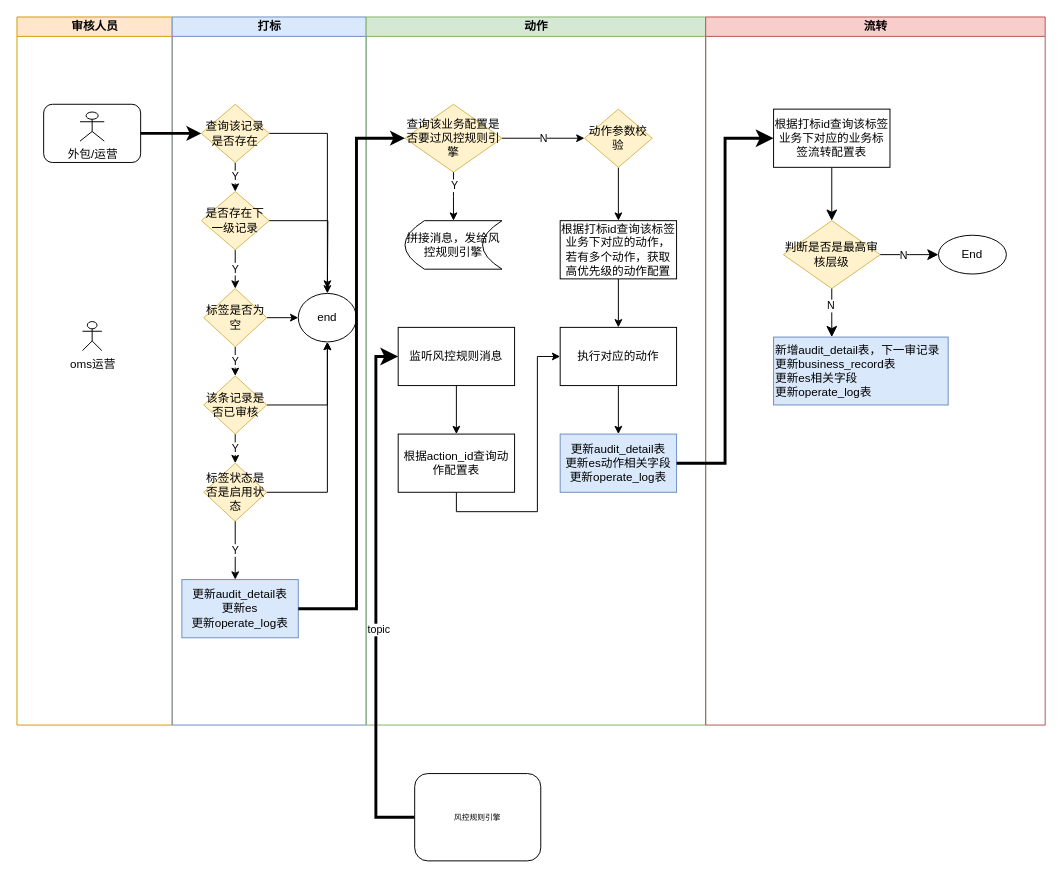
Before: 架构设计/外包审核流程图.drawio in haiyunzhu/javaKnowledge, a draw.io diagram. Source tidied: cells renumbered, new cells numbered last; positions are measured from the earlier drawing's top-left corner, leaving out a move shared by most shapes. Both pictures are drawn from the tidied source at 97%, with x=0, y=0 at pixel (16, 16).
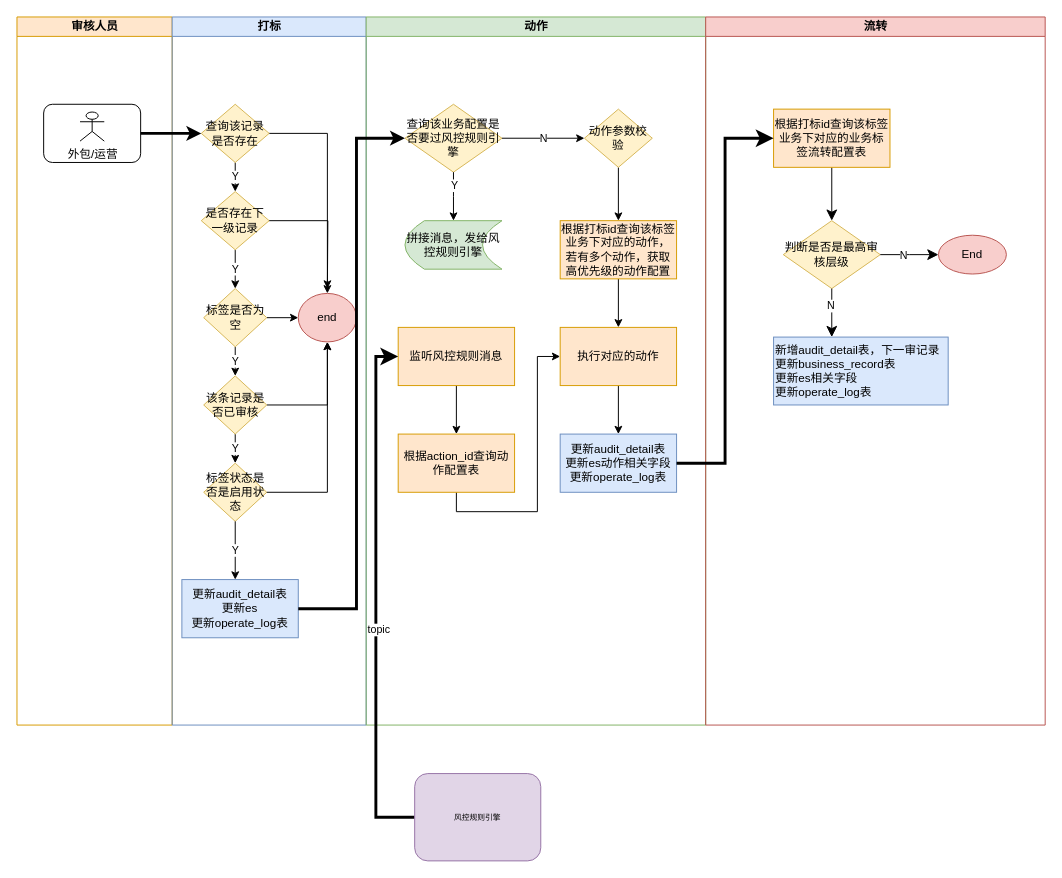
Above is the later version.

Commit message:
更新外包审核流程图.drawio

The change refers to these unchanged cells:
```xml
<mxCell id="2" value="审核人员" style="swimlane;html=1;startSize=20;fillColor=#ffe6cc;strokeColor=#d79b00;" parent="1" vertex="1">
  <mxGeometry width="160" height="730" as="geometry" />
</mxCell>
<mxCell id="6" value="打标" style="swimlane;html=1;startSize=20;fillColor=#dae8fc;strokeColor=#6c8ebf;" parent="1" vertex="1">
  <mxGeometry x="160" width="200" height="730" as="geometry" />
</mxCell>
<mxCell id="22" value="动作" style="swimlane;html=1;startSize=20;fillColor=#d5e8d4;strokeColor=#82b366;" parent="1" vertex="1">
  <mxGeometry x="360" width="350" height="730" as="geometry" />
</mxCell>
<mxCell id="46" value="流转" style="swimlane;html=1;startSize=20;fillColor=#f8cecc;strokeColor=#b85450;" parent="1" vertex="1">
  <mxGeometry x="710" width="350" height="730" as="geometry" />
</mxCell>
```

Change to the diagram source:
```diff
@@
-    <mxCell id="5" value="oms运营" style="shape=umlActor;verticalLabelPosition=bottom;verticalAlign=top;html=1;" parent="2" vertex="1">
-      <mxGeometry x="67.5" y="314" width="20" height="30" as="geometry" />
-    </mxCell>
@@
-    <mxCell id="19" value="end" style="ellipse;whiteSpace=wrap;html=1;" parent="6" vertex="1">
+    <mxCell id="19" value="end" style="ellipse;whiteSpace=wrap;html=1;fillColor=#f8cecc;strokeColor=#b85450;" parent="6" vertex="1">
       <mxGeometry x="130" y="285" width="60" height="50" as="geometry" />
     </mxCell>
@@
-    <mxCell id="26" value="根据打标id查询该标签业务下对应的动作，若有多个动作，获取高优先级的动作配置" style="rounded=0;whiteSpace=wrap;html=1;" parent="22" vertex="1">
+    <mxCell id="26" value="根据打标id查询该标签业务下对应的动作，若有多个动作，获取高优先级的动作配置" style="rounded=0;whiteSpace=wrap;html=1;fillColor=#ffe6cc;strokeColor=#d79b00;" parent="22" vertex="1">
       <mxGeometry x="200" y="210" width="120" height="60" as="geometry" />
     </mxCell>
@@
-    <mxCell id="30" value="监听风控规则消息" style="rounded=0;whiteSpace=wrap;html=1;" parent="22" vertex="1">
+    <mxCell id="30" value="监听风控规则消息" style="rounded=0;whiteSpace=wrap;html=1;fillColor=#ffe6cc;strokeColor=#d79b00;" parent="22" vertex="1">
       <mxGeometry x="33" y="320" width="120" height="60" as="geometry" />
     </mxCell>
@@
-    <mxCell id="32" value="根据action_id查询动作配置表" style="rounded=0;whiteSpace=wrap;html=1;" parent="22" vertex="1">
+    <mxCell id="32" value="根据action_id查询动作配置表" style="rounded=0;whiteSpace=wrap;html=1;fillColor=#ffe6cc;strokeColor=#d79b00;" parent="22" vertex="1">
       <mxGeometry x="33" y="430" width="120" height="60" as="geometry" />
     </mxCell>
-    <mxCell id="33" value="&lt;span&gt;拼接消息，发给风控规则引擎&lt;/span&gt;" style="shape=dataStorage;whiteSpace=wrap;html=1;fixedSize=1;" parent="22" vertex="1">
+    <mxCell id="33" value="&lt;span&gt;拼接消息，发给风控规则引擎&lt;/span&gt;" style="shape=dataStorage;whiteSpace=wrap;html=1;fixedSize=1;fillColor=#d5e8d4;strokeColor=#82b366;" parent="22" vertex="1">
       <mxGeometry x="40" y="210" width="100" height="50" as="geometry" />
     </mxCell>
@@
-    <mxCell id="35" value="执行对应的动作" style="rounded=0;whiteSpace=wrap;html=1;" parent="22" vertex="1">
+    <mxCell id="35" value="执行对应的动作" style="rounded=0;whiteSpace=wrap;html=1;fillColor=#ffe6cc;strokeColor=#d79b00;" parent="22" vertex="1">
       <mxGeometry x="200" y="320" width="120" height="60" as="geometry" />
     </mxCell>
@@
-    <mxCell id="44" value="风控规则引擎" style="rounded=1;whiteSpace=wrap;html=1;shadow=0;labelBackgroundColor=none;strokeWidth=1;fontFamily=Verdana;fontSize=8;align=center;" parent="1" vertex="1">
+    <mxCell id="44" value="风控规则引擎" style="rounded=1;whiteSpace=wrap;html=1;shadow=0;labelBackgroundColor=none;strokeWidth=1;fontFamily=Verdana;fontSize=8;align=center;fillColor=#e1d5e7;strokeColor=#9673a6;" parent="1" vertex="1">
       <mxGeometry x="410" y="780" width="130" height="90" as="geometry" />
     </mxCell>
@@
-    <mxCell id="50" value="根据打标id查询该标签业务下对应的业务标签流转配置表" style="rounded=0;whiteSpace=wrap;html=1;" parent="46" vertex="1">
+    <mxCell id="50" value="根据打标id查询该标签业务下对应的业务标签流转配置表" style="rounded=0;whiteSpace=wrap;html=1;fillColor=#ffe6cc;strokeColor=#d79b00;" parent="46" vertex="1">
       <mxGeometry x="70" y="95" width="120" height="60" as="geometry" />
     </mxCell>
-    <mxCell id="51" value="End" style="ellipse;whiteSpace=wrap;html=1;" parent="46" vertex="1">
+    <mxCell id="51" value="End" style="ellipse;whiteSpace=wrap;html=1;fillColor=#f8cecc;strokeColor=#b85450;" parent="46" vertex="1">
       <mxGeometry x="240" y="225" width="70" height="40" as="geometry" />
     </mxCell>
```
